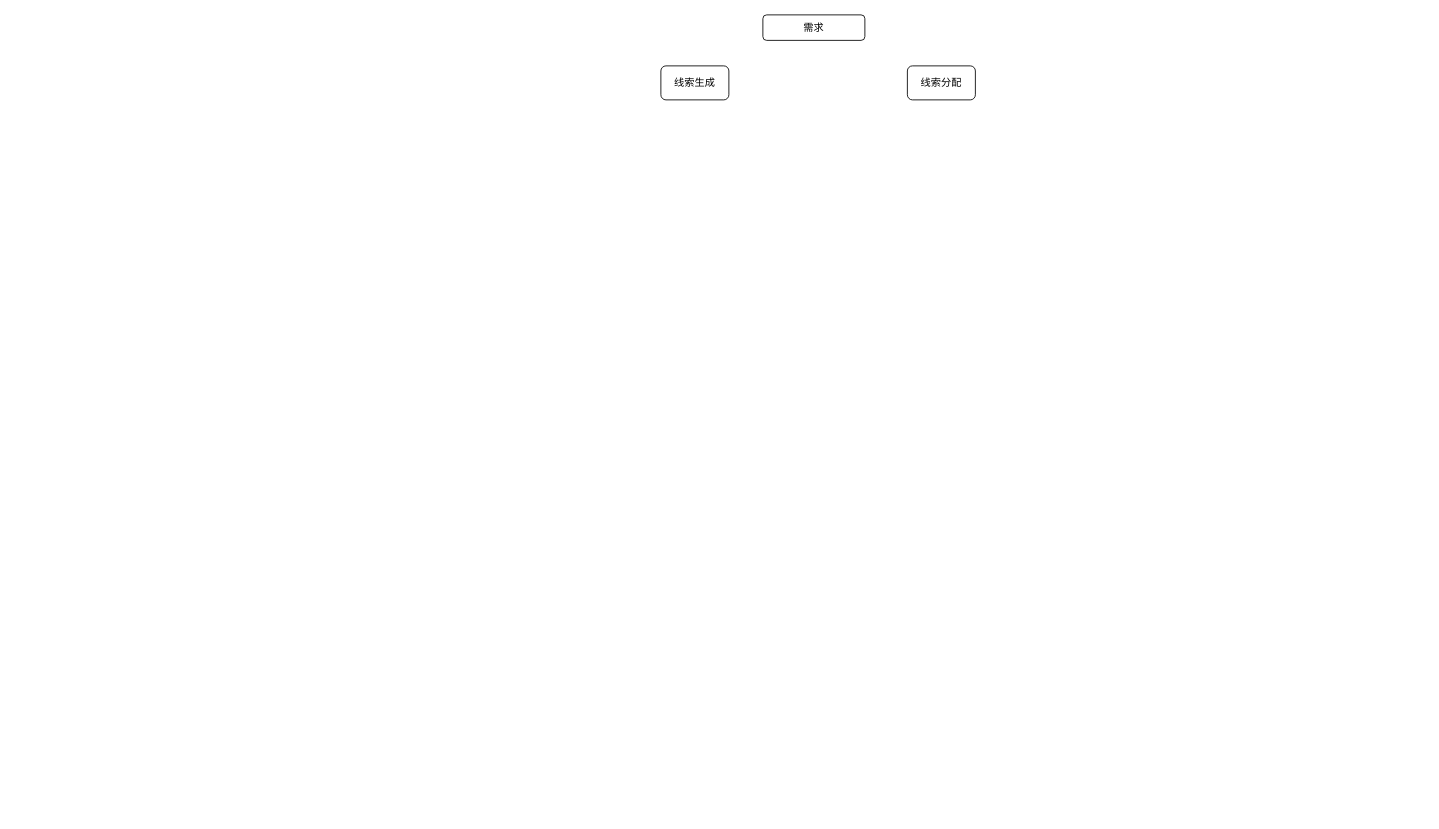
Above: 新需求.drawio in jilinhao/test (draw.io), before the change. Source tidied: cells renumbered, new cells numbered last; positions are measured from the earlier drawing's top-left corner, leaving out a move shared by most shapes. Both pictures are drawn from the tidied source at 85%, with x=0, y=0 at pixel (660, 14).
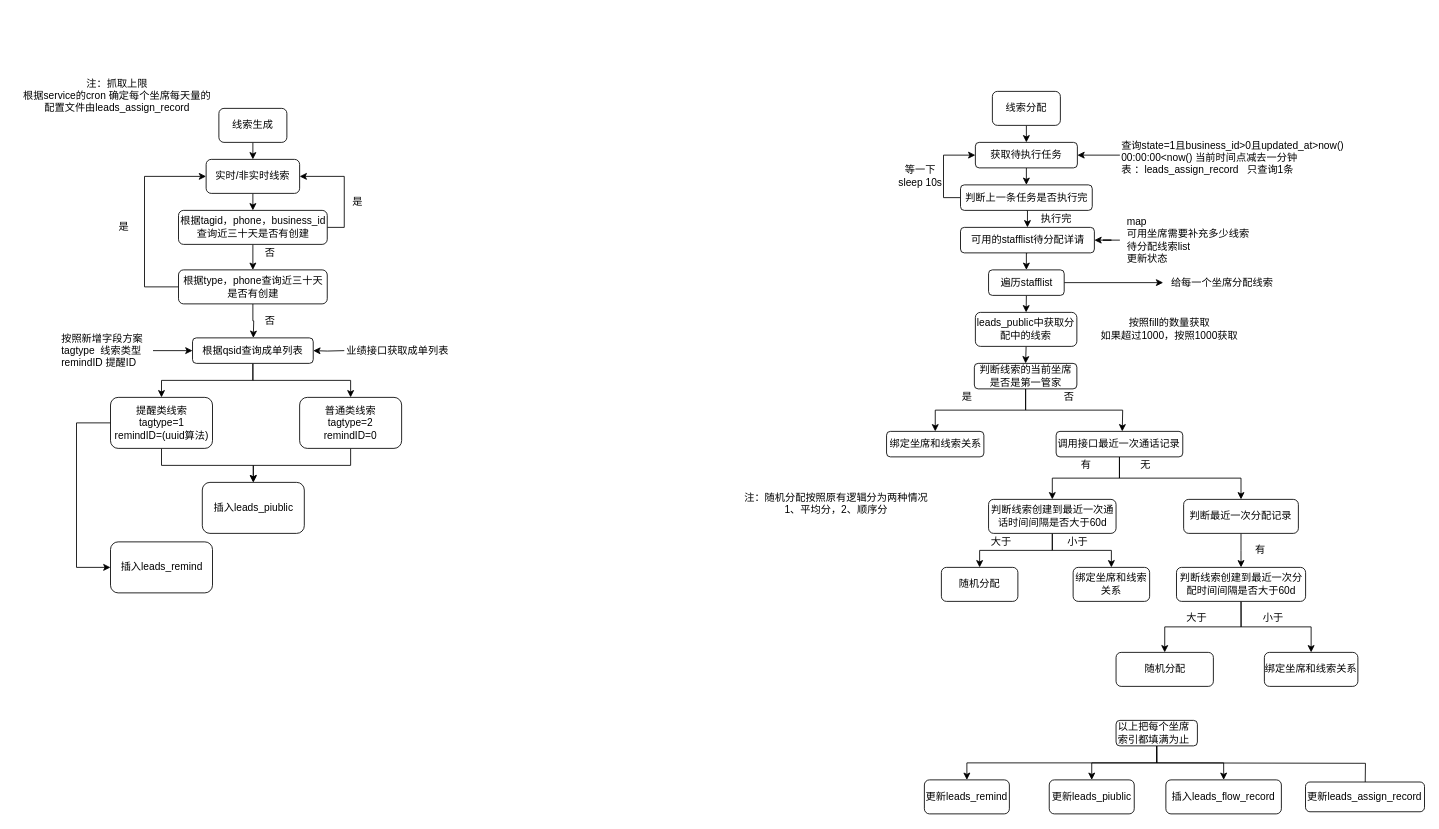
The same page after the edit.

Change to the diagram source:
```diff
@@
-    <mxCell id="2" value="需求" style="rounded=1;whiteSpace=wrap;html=1;" parent="1" vertex="1">
-      <mxGeometry x="120" width="120" height="30" as="geometry" />
-    </mxCell>
+    <mxCell id="5" style="edgeStyle=orthogonalEdgeStyle;rounded=0;jettySize=auto;html=1;exitX=0.5;exitY=1;exitDx=0;exitDy=0;entryX=0.5;entryY=0;entryDx=0;entryDy=0;" parent="1" edge="1" source="3" target="7">
+      <mxGeometry relative="1" as="geometry" />
+    </mxCell>
     <mxCell id="3" value="线索生成" style="rounded=1;whiteSpace=wrap;html=1;" parent="1" vertex="1">
-      <mxGeometry y="60" width="80" height="40" as="geometry" />
+      <mxGeometry x="-520" y="110" width="80" height="40" as="geometry" />
     </mxCell>
+    <mxCell id="6" style="edgeStyle=orthogonalEdgeStyle;rounded=0;jettySize=auto;html=1;exitX=0.5;exitY=1;exitDx=0;exitDy=0;entryX=0.5;entryY=0;entryDx=0;entryDy=0;" parent="1" edge="1" source="7" target="10">
+      <mxGeometry relative="1" as="geometry" />
+    </mxCell>
+    <mxCell id="7" value="实时/非实时线索" style="rounded=1;whiteSpace=wrap;html=1;" parent="1" vertex="1">
+      <mxGeometry x="-535" y="170" width="110" height="40" as="geometry" />
+    </mxCell>
+    <mxCell id="8" style="edgeStyle=orthogonalEdgeStyle;rounded=0;jettySize=auto;html=1;exitX=0.5;exitY=1;exitDx=0;exitDy=0;" parent="1" edge="1" source="10">
+      <mxGeometry relative="1" as="geometry">
+        <mxPoint x="-480" y="300" as="targetPoint" />
+      </mxGeometry>
+    </mxCell>
+    <mxCell id="9" style="edgeStyle=orthogonalEdgeStyle;rounded=0;jettySize=auto;html=1;exitX=1;exitY=0.5;exitDx=0;exitDy=0;entryX=1;entryY=0.5;entryDx=0;entryDy=0;" parent="1" edge="1" source="10" target="7">
+      <mxGeometry relative="1" as="geometry" />
+    </mxCell>
+    <mxCell id="10" value="根据tagid，phone，business_id查询近三十天是否有创建" style="rounded=1;whiteSpace=wrap;html=1;" parent="1" vertex="1">
+      <mxGeometry x="-567.5" y="230" width="175" height="40" as="geometry" />
+    </mxCell>
+    <mxCell id="11" value="否" style="text;html=1;align=center;verticalAlign=middle;" parent="1" vertex="1">
+      <mxGeometry x="-475" y="270" width="30" height="20" as="geometry" />
+    </mxCell>
+    <mxCell id="12" value="是" style="text;html=1;align=center;verticalAlign=middle;" parent="1" vertex="1">
+      <mxGeometry x="-372.5" y="210" width="30" height="20" as="geometry" />
+    </mxCell>
+    <mxCell id="13" style="edgeStyle=orthogonalEdgeStyle;rounded=0;jettySize=auto;html=1;exitX=0.5;exitY=1;exitDx=0;exitDy=0;" parent="1" edge="1" source="15">
+      <mxGeometry relative="1" as="geometry">
+        <mxPoint x="-479.5" y="380" as="targetPoint" />
+      </mxGeometry>
+    </mxCell>
+    <mxCell id="14" style="edgeStyle=orthogonalEdgeStyle;rounded=0;jettySize=auto;html=1;exitX=0;exitY=0.5;exitDx=0;exitDy=0;entryX=0;entryY=0.5;entryDx=0;entryDy=0;" parent="1" edge="1" source="15" target="7">
+      <mxGeometry relative="1" as="geometry">
+        <Array as="points">
+          <mxPoint x="-607.5" y="320" />
+          <mxPoint x="-607.5" y="190" />
+        </Array>
+      </mxGeometry>
+    </mxCell>
+    <mxCell id="15" value="根据type，phone查询近三十天是否有创建" style="rounded=1;whiteSpace=wrap;html=1;" parent="1" vertex="1">
+      <mxGeometry x="-567.5" y="300" width="175" height="40" as="geometry" />
+    </mxCell>
+    <mxCell id="16" value="否" style="text;html=1;align=center;verticalAlign=middle;" parent="1" vertex="1">
+      <mxGeometry x="-475" y="350" width="30" height="20" as="geometry" />
+    </mxCell>
+    <mxCell id="17" value="是" style="text;html=1;align=center;verticalAlign=middle;" parent="1" vertex="1">
+      <mxGeometry x="-647.5" y="240" width="30" height="20" as="geometry" />
+    </mxCell>
+    <mxCell id="18" value="注：抓取上限&lt;br&gt;根据service的cron 确定每个坐席每天量的&lt;br&gt;配置文件由leads_assign_record" style="text;html=1;align=center;verticalAlign=middle;" parent="1" vertex="1">
+      <mxGeometry x="-760" y="70" width="240" height="50" as="geometry" />
+    </mxCell>
+    <mxCell id="19" style="edgeStyle=orthogonalEdgeStyle;rounded=0;jettySize=auto;html=1;exitX=0.5;exitY=1;exitDx=0;exitDy=0;entryX=0.5;entryY=0;entryDx=0;entryDy=0;" parent="1" edge="1" source="21" target="26">
+      <mxGeometry relative="1" as="geometry" />
+    </mxCell>
+    <mxCell id="20" style="edgeStyle=orthogonalEdgeStyle;rounded=0;jettySize=auto;html=1;exitX=0.5;exitY=1;exitDx=0;exitDy=0;entryX=0.5;entryY=0;entryDx=0;entryDy=0;" parent="1" edge="1" source="21" target="28">
+      <mxGeometry relative="1" as="geometry" />
+    </mxCell>
+    <mxCell id="21" value="根据qsid查询成单列表" style="rounded=1;whiteSpace=wrap;html=1;" parent="1" vertex="1">
+      <mxGeometry x="-551" y="380" width="142" height="30" as="geometry" />
+    </mxCell>
+    <mxCell id="22" style="edgeStyle=orthogonalEdgeStyle;rounded=0;jettySize=auto;html=1;" parent="1" edge="1" source="23" target="21">
+      <mxGeometry relative="1" as="geometry" />
+    </mxCell>
+    <mxCell id="23" value="按照新增字段方案&lt;br&gt;tagtype&amp;nbsp; 线索类型&lt;br&gt;remindID 提醒ID" style="text;html=1;align=left;verticalAlign=middle;points=[];" parent="1" vertex="1">
+      <mxGeometry x="-707.5" y="370" width="110" height="50" as="geometry" />
+    </mxCell>
+    <mxCell id="24" style="edgeStyle=orthogonalEdgeStyle;rounded=0;jettySize=auto;html=1;exitX=0.5;exitY=1;exitDx=0;exitDy=0;" parent="1" edge="1" source="26" target="29">
+      <mxGeometry relative="1" as="geometry" />
+    </mxCell>
+    <mxCell id="25" style="edgeStyle=orthogonalEdgeStyle;rounded=0;jettySize=auto;html=1;exitX=0;exitY=0.5;exitDx=0;exitDy=0;entryX=0;entryY=0.5;entryDx=0;entryDy=0;" parent="1" edge="1" source="26" target="30">
+      <mxGeometry relative="1" as="geometry">
+        <Array as="points">
+          <mxPoint x="-687.5" y="480" />
+          <mxPoint x="-687.5" y="650" />
+        </Array>
+      </mxGeometry>
+    </mxCell>
+    <mxCell id="26" value="提醒类线索&lt;br&gt;tagtype=1&lt;br&gt;&lt;span style=&quot;text-align: left&quot;&gt;remindID=(uuid算法)&lt;/span&gt;" style="rounded=1;whiteSpace=wrap;html=1;" parent="1" vertex="1">
+      <mxGeometry x="-647.5" y="450" width="120" height="60" as="geometry" />
+    </mxCell>
+    <mxCell id="27" style="edgeStyle=orthogonalEdgeStyle;rounded=0;jettySize=auto;html=1;exitX=0.5;exitY=1;exitDx=0;exitDy=0;entryX=0.5;entryY=0;entryDx=0;entryDy=0;" parent="1" edge="1" source="28" target="29">
+      <mxGeometry relative="1" as="geometry" />
+    </mxCell>
+    <mxCell id="28" value="普通类线索&lt;br&gt;tagtype=2&lt;br&gt;&lt;span style=&quot;text-align: left&quot;&gt;remindID=0&lt;/span&gt;" style="rounded=1;whiteSpace=wrap;html=1;" parent="1" vertex="1">
+      <mxGeometry x="-425" y="450" width="120" height="60" as="geometry" />
+    </mxCell>
+    <mxCell id="29" value="插入leads_piublic" style="rounded=1;whiteSpace=wrap;html=1;" parent="1" vertex="1">
+      <mxGeometry x="-539.5" y="550" width="120" height="60" as="geometry" />
+    </mxCell>
+    <mxCell id="30" value="插入leads_remind" style="rounded=1;whiteSpace=wrap;html=1;" parent="1" vertex="1">
+      <mxGeometry x="-647.5" y="620" width="120" height="60" as="geometry" />
+    </mxCell>
+    <mxCell id="31" style="edgeStyle=orthogonalEdgeStyle;rounded=0;jettySize=auto;html=1;exitX=0;exitY=0.25;exitDx=0;exitDy=0;" parent="1" edge="1" target="21">
+      <mxGeometry relative="1" as="geometry">
+        <mxPoint x="-372.5" y="395" as="sourcePoint" />
+      </mxGeometry>
+    </mxCell>
+    <mxCell id="32" value="业绩接口获取成单列表" style="text;html=1;strokeColor=none;fillColor=none;align=center;verticalAlign=middle;whiteSpace=wrap;rounded=0;" parent="1" vertex="1">
+      <mxGeometry x="-372.5" y="385" width="125" height="20" as="geometry" />
+    </mxCell>
+    <mxCell id="33" style="edgeStyle=orthogonalEdgeStyle;rounded=0;orthogonalLoop=1;jettySize=auto;html=1;exitX=0.5;exitY=1;exitDx=0;exitDy=0;" parent="1" edge="1">
+      <mxGeometry relative="1" as="geometry">
+        <mxPoint x="430" y="130" as="sourcePoint" />
+        <mxPoint x="430" y="150" as="targetPoint" />
+      </mxGeometry>
+    </mxCell>
+    <mxCell id="34" style="edgeStyle=orthogonalEdgeStyle;rounded=0;jettySize=auto;html=1;exitX=0.5;exitY=1;exitDx=0;exitDy=0;entryX=0.5;entryY=0;entryDx=0;entryDy=0;" parent="1" edge="1" source="35" target="40">
+      <mxGeometry relative="1" as="geometry" />
+    </mxCell>
+    <mxCell id="35" value="获取待执行任务" style="rounded=1;whiteSpace=wrap;html=1;" parent="1" vertex="1">
+      <mxGeometry x="370" y="150" width="120" height="30" as="geometry" />
+    </mxCell>
+    <mxCell id="36" style="edgeStyle=orthogonalEdgeStyle;rounded=0;jettySize=auto;html=1;exitX=0;exitY=0.5;exitDx=0;exitDy=0;entryX=1;entryY=0.5;entryDx=0;entryDy=0;" parent="1" edge="1" source="37" target="35">
+      <mxGeometry relative="1" as="geometry" />
+    </mxCell>
+    <mxCell id="37" value="查询state=1且business_id&amp;gt;0且updated_at&amp;gt;now() 00:00:00&amp;lt;now() 当前时间点减去一分钟&lt;br&gt;表 ：leads_assign_record&amp;nbsp; &amp;nbsp;只查询1条" style="text;whiteSpace=wrap;html=1;" parent="1" vertex="1">
+      <mxGeometry x="540" y="140" width="300" height="50" as="geometry" />
+    </mxCell>
+    <mxCell id="38" style="edgeStyle=orthogonalEdgeStyle;rounded=0;jettySize=auto;html=1;exitX=0;exitY=0.5;exitDx=0;exitDy=0;entryX=0;entryY=0.5;entryDx=0;entryDy=0;" parent="1" edge="1" source="40" target="35">
+      <mxGeometry relative="1" as="geometry" />
+    </mxCell>
+    <mxCell id="39" style="edgeStyle=orthogonalEdgeStyle;rounded=0;jettySize=auto;html=1;exitX=0.5;exitY=1;exitDx=0;exitDy=0;entryX=0.5;entryY=0;entryDx=0;entryDy=0;" parent="1" edge="1" source="40" target="44">
+      <mxGeometry relative="1" as="geometry" />
+    </mxCell>
+    <mxCell id="40" value="判断上一条任务是否执行完" style="rounded=1;whiteSpace=wrap;html=1;" parent="1" vertex="1">
+      <mxGeometry x="352.5" y="200" width="155" height="30" as="geometry" />
+    </mxCell>
+    <mxCell id="41" value="执行完" style="text;html=1;align=center;verticalAlign=middle;" parent="1" vertex="1">
+      <mxGeometry x="440" y="230" width="50" height="20" as="geometry" />
+    </mxCell>
+    <mxCell id="42" value="等一下&lt;br&gt;sleep 10s" style="text;html=1;align=center;verticalAlign=middle;" parent="1" vertex="1">
+      <mxGeometry x="270" y="175" width="70" height="30" as="geometry" />
+    </mxCell>
+    <mxCell id="43" style="edgeStyle=orthogonalEdgeStyle;rounded=0;jettySize=auto;html=1;exitX=0.5;exitY=1;exitDx=0;exitDy=0;entryX=0.5;entryY=0;entryDx=0;entryDy=0;" parent="1" edge="1" source="44" target="49">
+      <mxGeometry relative="1" as="geometry" />
+    </mxCell>
+    <mxCell id="44" value="可用的stafflist待分配详请" style="rounded=1;whiteSpace=wrap;html=1;" parent="1" vertex="1">
+      <mxGeometry x="352.5" y="250" width="157.5" height="30" as="geometry" />
+    </mxCell>
+    <mxCell id="45" style="edgeStyle=orthogonalEdgeStyle;rounded=0;jettySize=auto;html=1;" parent="1" edge="1" source="46" target="44">
+      <mxGeometry relative="1" as="geometry" />
+    </mxCell>
+    <mxCell id="46" value="&lt;div style=&quot;text-align: left&quot;&gt;&lt;span&gt;map&lt;/span&gt;&lt;/div&gt;&lt;div style=&quot;text-align: left&quot;&gt;&lt;span&gt;可用坐席需要补充多少线索&lt;/span&gt;&lt;/div&gt;&lt;div style=&quot;text-align: left&quot;&gt;&lt;span&gt;待分配线索list&lt;/span&gt;&lt;/div&gt;&lt;div style=&quot;text-align: left&quot;&gt;更新状态&lt;/div&gt;" style="text;html=1;align=center;verticalAlign=middle;points=[];" parent="1" vertex="1">
+      <mxGeometry x="540" y="235" width="160" height="60" as="geometry" />
+    </mxCell>
+    <mxCell id="47" style="edgeStyle=orthogonalEdgeStyle;rounded=0;jettySize=auto;html=1;exitX=0.5;exitY=1;exitDx=0;exitDy=0;entryX=0.5;entryY=0;entryDx=0;entryDy=0;" parent="1" edge="1" source="49" target="52">
+      <mxGeometry relative="1" as="geometry" />
+    </mxCell>
+    <mxCell id="48" style="edgeStyle=orthogonalEdgeStyle;rounded=0;jettySize=auto;html=1;entryX=0.007;entryY=0.5;entryDx=0;entryDy=0;entryPerimeter=0;" parent="1" edge="1" source="49" target="50">
+      <mxGeometry relative="1" as="geometry" />
+    </mxCell>
+    <mxCell id="49" value="遍历stafflist" style="rounded=1;whiteSpace=wrap;html=1;" parent="1" vertex="1">
+      <mxGeometry x="385.5" y="300" width="89" height="30" as="geometry" />
+    </mxCell>
+    <mxCell id="50" value="给每一个坐席分配线索" style="text;html=1;align=center;verticalAlign=middle;points=[];" parent="1" vertex="1">
+      <mxGeometry x="590" y="305" width="140" height="20" as="geometry" />
+    </mxCell>
+    <mxCell id="51" style="edgeStyle=orthogonalEdgeStyle;rounded=0;jettySize=auto;html=1;exitX=0.5;exitY=1;exitDx=0;exitDy=0;entryX=0.5;entryY=0;entryDx=0;entryDy=0;" parent="1" edge="1" source="52" target="55">
+      <mxGeometry relative="1" as="geometry" />
+    </mxCell>
+    <mxCell id="52" value="leads_public中获取分配中的线索" style="rounded=1;whiteSpace=wrap;html=1;" parent="1" vertex="1">
+      <mxGeometry x="370" y="350" width="119.4" height="40" as="geometry" />
+    </mxCell>
+    <mxCell id="53" style="edgeStyle=orthogonalEdgeStyle;rounded=0;jettySize=auto;html=1;exitX=0.5;exitY=1;exitDx=0;exitDy=0;" parent="1" edge="1" source="55" target="56">
+      <mxGeometry relative="1" as="geometry" />
+    </mxCell>
+    <mxCell id="54" style="edgeStyle=orthogonalEdgeStyle;rounded=0;jettySize=auto;html=1;exitX=0.5;exitY=1;exitDx=0;exitDy=0;entryX=0.5;entryY=0;entryDx=0;entryDy=0;" parent="1" edge="1" source="55">
+      <mxGeometry relative="1" as="geometry">
+        <mxPoint x="542.8" y="490" as="targetPoint" />
+      </mxGeometry>
+    </mxCell>
+    <mxCell id="55" value="判断线索的当前坐席是否是第一管家" style="rounded=1;whiteSpace=wrap;html=1;" parent="1" vertex="1">
+      <mxGeometry x="368.8" y="410" width="120.6" height="30" as="geometry" />
+    </mxCell>
+    <mxCell id="56" value="绑定坐席和线索关系" style="rounded=1;whiteSpace=wrap;html=1;" parent="1" vertex="1">
+      <mxGeometry x="265.5" y="490" width="114.5" height="30" as="geometry" />
+    </mxCell>
+    <mxCell id="57" value="是" style="text;html=1;align=center;verticalAlign=middle;" parent="1" vertex="1">
+      <mxGeometry x="345" y="440" width="30" height="20" as="geometry" />
+    </mxCell>
+    <mxCell id="58" value="否" style="text;html=1;align=center;verticalAlign=middle;" parent="1" vertex="1">
+      <mxGeometry x="465" y="440" width="30" height="20" as="geometry" />
+    </mxCell>
+    <mxCell id="59" style="edgeStyle=orthogonalEdgeStyle;rounded=0;jettySize=auto;html=1;exitX=0.5;exitY=1;exitDx=0;exitDy=0;entryX=0.5;entryY=0;entryDx=0;entryDy=0;" parent="1" edge="1" source="61" target="64">
+      <mxGeometry relative="1" as="geometry" />
+    </mxCell>
+    <mxCell id="60" style="edgeStyle=orthogonalEdgeStyle;rounded=0;jettySize=auto;html=1;exitX=0.5;exitY=1;exitDx=0;exitDy=0;entryX=0.5;entryY=0;entryDx=0;entryDy=0;" parent="1" edge="1" source="61" target="66">
+      <mxGeometry relative="1" as="geometry" />
+    </mxCell>
+    <mxCell id="61" value="调用接口最近一次通话记录" style="rounded=1;whiteSpace=wrap;html=1;align=left;" parent="1" vertex="1">
+      <mxGeometry x="465" y="490" width="149" height="30" as="geometry" />
+    </mxCell>
+    <mxCell id="62" style="edgeStyle=orthogonalEdgeStyle;rounded=0;jettySize=auto;html=1;exitX=0.5;exitY=1;exitDx=0;exitDy=0;entryX=0.5;entryY=0;entryDx=0;entryDy=0;" parent="1" edge="1" source="64" target="69">
+      <mxGeometry relative="1" as="geometry" />
+    </mxCell>
+    <mxCell id="63" style="edgeStyle=orthogonalEdgeStyle;rounded=0;jettySize=auto;html=1;exitX=0.5;exitY=1;exitDx=0;exitDy=0;entryX=0.5;entryY=0;entryDx=0;entryDy=0;" parent="1" edge="1" source="64" target="71">
+      <mxGeometry relative="1" as="geometry" />
+    </mxCell>
+    <mxCell id="64" value="&lt;span&gt;判断线索创建到最近一次通话时间间隔是否大于60d&lt;/span&gt;" style="rounded=1;whiteSpace=wrap;html=1;" parent="1" vertex="1">
+      <mxGeometry x="385.5" y="570" width="150" height="40" as="geometry" />
+    </mxCell>
+    <mxCell id="65" style="edgeStyle=orthogonalEdgeStyle;rounded=0;jettySize=auto;html=1;exitX=0.5;exitY=1;exitDx=0;exitDy=0;entryX=0.5;entryY=0;entryDx=0;entryDy=0;" parent="1" edge="1" source="66" target="75">
+      <mxGeometry relative="1" as="geometry" />
+    </mxCell>
+    <mxCell id="66" value="判断最近一次分配记录" style="rounded=1;whiteSpace=wrap;html=1;" parent="1" vertex="1">
+      <mxGeometry x="615" y="570" width="135" height="40" as="geometry" />
+    </mxCell>
+    <mxCell id="67" value="有" style="text;html=1;align=center;verticalAlign=middle;" parent="1" vertex="1">
+      <mxGeometry x="485" y="520" width="30" height="20" as="geometry" />
+    </mxCell>
+    <mxCell id="68" value="无" style="text;html=1;align=center;verticalAlign=middle;" parent="1" vertex="1">
+      <mxGeometry x="555" y="520" width="30" height="20" as="geometry" />
+    </mxCell>
+    <mxCell id="69" value="随机分配" style="rounded=1;whiteSpace=wrap;html=1;" parent="1" vertex="1">
+      <mxGeometry x="330" y="650" width="90" height="40" as="geometry" />
+    </mxCell>
+    <mxCell id="70" value="大于" style="text;html=1;align=center;verticalAlign=middle;" parent="1" vertex="1">
+      <mxGeometry x="380" y="610" width="40" height="20" as="geometry" />
+    </mxCell>
+    <mxCell id="71" value="&lt;span&gt;绑定坐席和线索关系&lt;/span&gt;" style="rounded=1;whiteSpace=wrap;html=1;" parent="1" vertex="1">
+      <mxGeometry x="485" y="650" width="90" height="40" as="geometry" />
+    </mxCell>
+    <mxCell id="72" value="小于" style="text;html=1;align=center;verticalAlign=middle;" parent="1" vertex="1">
+      <mxGeometry x="470" y="610" width="40" height="20" as="geometry" />
+    </mxCell>
+    <mxCell id="73" style="edgeStyle=orthogonalEdgeStyle;rounded=0;jettySize=auto;html=1;exitX=0.5;exitY=1;exitDx=0;exitDy=0;entryX=0.5;entryY=0;entryDx=0;entryDy=0;" parent="1" edge="1" source="75" target="76">
+      <mxGeometry relative="1" as="geometry" />
+    </mxCell>
+    <mxCell id="74" style="edgeStyle=orthogonalEdgeStyle;rounded=0;jettySize=auto;html=1;exitX=0.5;exitY=1;exitDx=0;exitDy=0;entryX=0.5;entryY=0;entryDx=0;entryDy=0;" parent="1" edge="1" source="75" target="77">
+      <mxGeometry relative="1" as="geometry" />
+    </mxCell>
+    <mxCell id="75" value="判断线索创建到最近一次分配时间间隔是否大于60d" style="rounded=1;whiteSpace=wrap;html=1;" parent="1" vertex="1">
+      <mxGeometry x="606.6" y="650" width="151.9" height="40" as="geometry" />
+    </mxCell>
+    <mxCell id="76" value="&lt;span&gt;随机分配&lt;/span&gt;" style="rounded=1;whiteSpace=wrap;html=1;" parent="1" vertex="1">
+      <mxGeometry x="535.5" y="750" width="114.5" height="40" as="geometry" />
+    </mxCell>
+    <mxCell id="77" value="&lt;span&gt;绑定坐席和线索关系&lt;/span&gt;" style="rounded=1;whiteSpace=wrap;html=1;" parent="1" vertex="1">
+      <mxGeometry x="710" y="750" width="110" height="40" as="geometry" />
+    </mxCell>
+    <mxCell id="78" value="有" style="text;html=1;align=center;verticalAlign=middle;" parent="1" vertex="1">
+      <mxGeometry x="690" y="620" width="30" height="20" as="geometry" />
+    </mxCell>
+    <mxCell id="79" value="大于" style="text;html=1;align=center;verticalAlign=middle;" parent="1" vertex="1">
+      <mxGeometry x="610" y="700" width="40" height="20" as="geometry" />
+    </mxCell>
+    <mxCell id="80" value="小于" style="text;html=1;align=center;verticalAlign=middle;" parent="1" vertex="1">
+      <mxGeometry x="700" y="700" width="40" height="20" as="geometry" />
+    </mxCell>
+    <mxCell id="81" value="按照fill的数量获取&lt;br&gt;如果超过1000，按照1000获取" style="text;html=1;align=center;verticalAlign=middle;" parent="1" vertex="1">
+      <mxGeometry x="507.5" y="355" width="180" height="30" as="geometry" />
+    </mxCell>
+    <mxCell id="82" style="edgeStyle=orthogonalEdgeStyle;rounded=0;jettySize=auto;html=1;exitX=0.5;exitY=1;exitDx=0;exitDy=0;" parent="1" edge="1" source="86" target="87">
+      <mxGeometry relative="1" as="geometry" />
+    </mxCell>
+    <mxCell id="83" style="edgeStyle=orthogonalEdgeStyle;rounded=0;jettySize=auto;html=1;exitX=0.5;exitY=1;exitDx=0;exitDy=0;entryX=0.5;entryY=0;entryDx=0;entryDy=0;" parent="1" edge="1" source="86" target="88">
+      <mxGeometry relative="1" as="geometry" />
+    </mxCell>
+    <mxCell id="84" style="edgeStyle=orthogonalEdgeStyle;rounded=0;jettySize=auto;html=1;exitX=0.5;exitY=1;exitDx=0;exitDy=0;" parent="1" edge="1" source="86" target="89">
+      <mxGeometry relative="1" as="geometry" />
+    </mxCell>
+    <mxCell id="85" style="edgeStyle=orthogonalEdgeStyle;rounded=0;orthogonalLoop=1;jettySize=auto;html=1;exitX=0.5;exitY=1;exitDx=0;exitDy=0;" parent="1" edge="1">
+      <mxGeometry relative="1" as="geometry">
+        <mxPoint x="583.3" y="880" as="sourcePoint" />
+        <mxPoint x="828.4" y="922.5" as="targetPoint" />
+      </mxGeometry>
+    </mxCell>
+    <mxCell id="86" value="以上把每个坐席索引都填满为止" style="rounded=1;whiteSpace=wrap;html=1;align=left;" parent="1" vertex="1">
+      <mxGeometry x="535.5" y="830" width="95.7" height="30" as="geometry" />
+    </mxCell>
+    <mxCell id="87" value="更新leads_remind" style="rounded=1;whiteSpace=wrap;html=1;" parent="1" vertex="1">
+      <mxGeometry x="310" y="900" width="100" height="40" as="geometry" />
+    </mxCell>
+    <mxCell id="88" value="更新leads_piublic" style="rounded=1;whiteSpace=wrap;html=1;" parent="1" vertex="1">
+      <mxGeometry x="456.9" y="900" width="100" height="40" as="geometry" />
+    </mxCell>
+    <mxCell id="89" value="插入leads_flow_record" style="rounded=1;whiteSpace=wrap;html=1;" parent="1" vertex="1">
+      <mxGeometry x="594.1" y="900" width="135.9" height="40" as="geometry" />
+    </mxCell>
+    <mxCell id="90" value="更新leads_assign_record" style="rounded=1;whiteSpace=wrap;html=1;" parent="1" vertex="1">
+      <mxGeometry x="758.4" y="902.5" width="140" height="35" as="geometry" />
+    </mxCell>
+    <mxCell id="91" style="text;html=1;align=center;verticalAlign=middle;" parent="1" vertex="1">
+      <mxGeometry x="130" y="340" width="20" height="20" as="geometry" />
+    </mxCell>
+    <mxCell id="92" value="注：随机分配按照原有逻辑分为两种情况&lt;br&gt;1、平均分，2、顺序分" style="text;html=1;align=center;verticalAlign=middle;" parent="1" vertex="1">
+      <mxGeometry x="91" y="560" width="230" height="30" as="geometry" />
+    </mxCell>
     <mxCell id="4" value="线索分配" style="rounded=1;whiteSpace=wrap;html=1;" parent="1" vertex="1">
-      <mxGeometry x="290" y="60" width="80" height="40" as="geometry" />
+      <mxGeometry x="390" y="90" width="80" height="40" as="geometry" />
     </mxCell>
```
